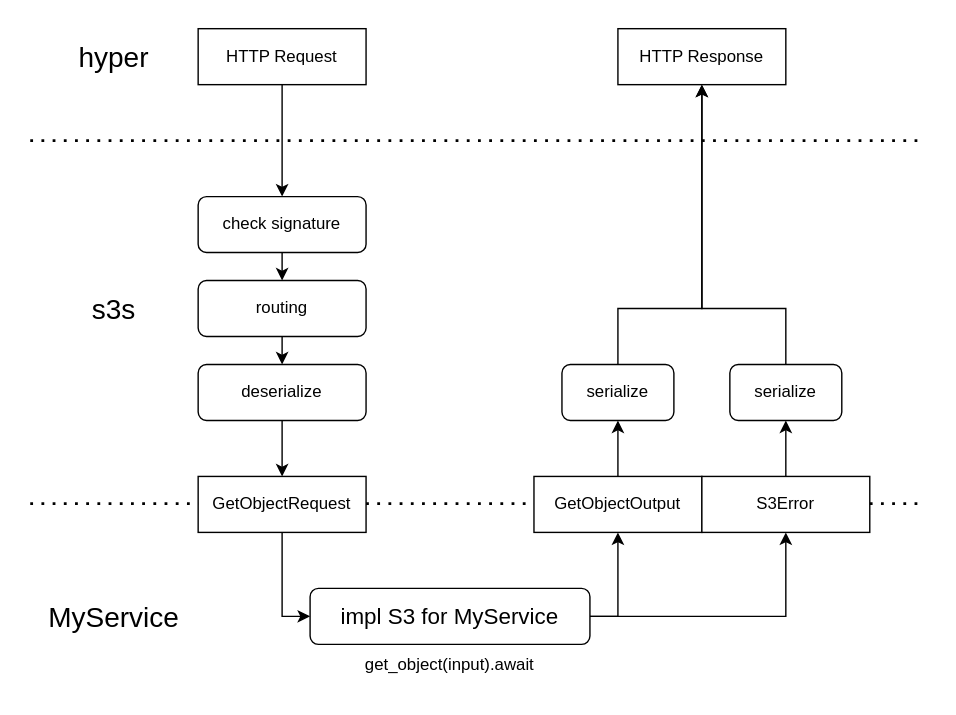
Earlier version of the draw.io export docs/arch/arch.svg (Nugine/s3s). Source tidied: cells renumbered, new cells last; positions are measured from the earlier drawing's top-left corner, leaving out a move shared by most shapes. Its diagram source:
```xml
<mxGraphModel background="#FFFFFF">
  <root>
    <mxCell id="0" />
    <mxCell id="1" parent="0" />
    <mxCell id="2" style="endArrow=none;dashed=1;html=1;dashPattern=1 3;strokeWidth=2;" parent="1" edge="1">
      <mxGeometry relative="1" as="geometry">
        <mxPoint y="339.5" as="sourcePoint" />
        <mxPoint x="640" y="339.5" as="targetPoint" />
      </mxGeometry>
    </mxCell>
    <mxCell id="3" style="edgeStyle=none;html=1;entryX=0.5;entryY=0;entryDx=0;entryDy=0;" parent="1" edge="1" source="4" target="28">
      <mxGeometry relative="1" as="geometry" />
    </mxCell>
    <mxCell id="4" value="HTTP Request" style="rounded=0;whiteSpace=wrap;html=1;" parent="1" vertex="1">
      <mxGeometry x="120" width="120" height="40" as="geometry" />
    </mxCell>
    <mxCell id="5" value="HTTP Response" style="rounded=0;whiteSpace=wrap;html=1;" parent="1" vertex="1">
      <mxGeometry x="420" width="120" height="40" as="geometry" />
    </mxCell>
    <mxCell id="6" value="hyper" style="text;html=1;strokeColor=none;fillColor=none;align=center;verticalAlign=middle;whiteSpace=wrap;rounded=0;fontSize=20;" parent="1" vertex="1">
      <mxGeometry width="120" height="40" as="geometry" />
    </mxCell>
    <mxCell id="7" style="edgeStyle=none;html=1;entryX=0.5;entryY=0;entryDx=0;entryDy=0;fontFamily=Times New Roman;fontSize=12;" parent="1" edge="1" source="8" target="13">
      <mxGeometry relative="1" as="geometry" />
    </mxCell>
    <mxCell id="8" value="deserialize" style="rounded=1;whiteSpace=wrap;html=1;" parent="1" vertex="1">
      <mxGeometry x="120" y="240" width="120" height="40" as="geometry" />
    </mxCell>
    <mxCell id="9" style="edgeStyle=orthogonalEdgeStyle;rounded=0;html=1;entryX=0.5;entryY=1;entryDx=0;entryDy=0;fontFamily=Helvetica;fontSize=12;" parent="1" edge="1" source="10" target="5">
      <mxGeometry relative="1" as="geometry">
        <Array as="points">
          <mxPoint x="420" y="200" />
          <mxPoint x="480" y="200" />
        </Array>
      </mxGeometry>
    </mxCell>
    <mxCell id="10" value="serialize" style="rounded=1;whiteSpace=wrap;html=1;" parent="1" vertex="1">
      <mxGeometry x="380" y="240" width="80" height="40" as="geometry" />
    </mxCell>
    <mxCell id="11" value="s3s" style="text;html=1;strokeColor=none;fillColor=none;align=center;verticalAlign=middle;whiteSpace=wrap;rounded=0;fontSize=20;" parent="1" vertex="1">
      <mxGeometry y="180" width="120" height="40" as="geometry" />
    </mxCell>
    <mxCell id="12" style="edgeStyle=orthogonalEdgeStyle;html=1;entryX=0;entryY=0.5;entryDx=0;entryDy=0;fontFamily=Helvetica;fontSize=12;rounded=0;" parent="1" edge="1" source="13" target="19">
      <mxGeometry relative="1" as="geometry" />
    </mxCell>
    <mxCell id="13" value="GetObjectRequest" style="rounded=0;whiteSpace=wrap;html=1;" parent="1" vertex="1">
      <mxGeometry x="120" y="320" width="120" height="40" as="geometry" />
    </mxCell>
    <mxCell id="14" style="edgeStyle=none;html=1;entryX=0.5;entryY=1;entryDx=0;entryDy=0;fontFamily=Times New Roman;fontSize=12;" parent="1" edge="1" source="15" target="10">
      <mxGeometry relative="1" as="geometry" />
    </mxCell>
    <mxCell id="15" value="GetObjectOutput" style="rounded=0;whiteSpace=wrap;html=1;" parent="1" vertex="1">
      <mxGeometry x="360" y="320" width="120" height="40" as="geometry" />
    </mxCell>
    <mxCell id="16" value="MyService" style="text;html=1;strokeColor=none;fillColor=none;align=center;verticalAlign=middle;whiteSpace=wrap;rounded=0;fontSize=20;" parent="1" vertex="1">
      <mxGeometry y="400" width="120" height="40" as="geometry" />
    </mxCell>
    <mxCell id="17" style="edgeStyle=orthogonalEdgeStyle;html=1;entryX=0.5;entryY=1;entryDx=0;entryDy=0;fontFamily=Helvetica;fontSize=12;rounded=0;" parent="1" edge="1" source="19" target="15">
      <mxGeometry relative="1" as="geometry">
        <Array as="points">
          <mxPoint x="420" y="420" />
        </Array>
      </mxGeometry>
    </mxCell>
    <mxCell id="18" style="edgeStyle=orthogonalEdgeStyle;rounded=0;html=1;entryX=0.5;entryY=1;entryDx=0;entryDy=0;fontFamily=Helvetica;fontSize=12;" parent="1" edge="1" source="19" target="22">
      <mxGeometry relative="1" as="geometry" />
    </mxCell>
    <mxCell id="19" value="impl S3 for MyService" style="rounded=1;whiteSpace=wrap;html=1;fontSize=16;" parent="1" vertex="1">
      <mxGeometry x="200" y="400" width="200" height="40" as="geometry" />
    </mxCell>
    <mxCell id="20" value="get_object(input).await" style="text;html=1;strokeColor=none;fillColor=none;align=center;verticalAlign=middle;whiteSpace=wrap;rounded=0;fontFamily=Helvetica;fontSize=12;" parent="1" vertex="1">
      <mxGeometry x="200" y="440" width="200" height="30" as="geometry" />
    </mxCell>
    <mxCell id="21" style="edgeStyle=orthogonalEdgeStyle;rounded=0;html=1;entryX=0.5;entryY=1;entryDx=0;entryDy=0;fontFamily=Helvetica;fontSize=12;" parent="1" edge="1" source="22" target="24">
      <mxGeometry relative="1" as="geometry" />
    </mxCell>
    <mxCell id="22" value="S3Error" style="rounded=0;whiteSpace=wrap;html=1;" parent="1" vertex="1">
      <mxGeometry x="480" y="320" width="120" height="40" as="geometry" />
    </mxCell>
    <mxCell id="23" style="edgeStyle=orthogonalEdgeStyle;rounded=0;html=1;fontFamily=Helvetica;fontSize=12;" parent="1" edge="1" source="24" target="5">
      <mxGeometry relative="1" as="geometry">
        <Array as="points">
          <mxPoint x="540" y="200" />
          <mxPoint x="480" y="200" />
        </Array>
      </mxGeometry>
    </mxCell>
    <mxCell id="24" value="serialize" style="rounded=1;whiteSpace=wrap;html=1;" parent="1" vertex="1">
      <mxGeometry x="500" y="240" width="80" height="40" as="geometry" />
    </mxCell>
    <mxCell id="25" style="edgeStyle=none;html=1;exitX=0.5;exitY=1;exitDx=0;exitDy=0;entryX=0.5;entryY=0;entryDx=0;entryDy=0;" parent="1" edge="1" source="26" target="8">
      <mxGeometry relative="1" as="geometry" />
    </mxCell>
    <mxCell id="26" value="routing" style="rounded=1;whiteSpace=wrap;html=1;" parent="1" vertex="1">
      <mxGeometry x="120" y="180" width="120" height="40" as="geometry" />
    </mxCell>
    <mxCell id="27" style="edgeStyle=none;html=1;exitX=0.5;exitY=1;exitDx=0;exitDy=0;entryX=0.5;entryY=0;entryDx=0;entryDy=0;" parent="1" edge="1" source="28" target="26">
      <mxGeometry relative="1" as="geometry" />
    </mxCell>
    <mxCell id="28" value="check signature" style="rounded=1;whiteSpace=wrap;html=1;" parent="1" vertex="1">
      <mxGeometry x="120" y="120" width="120" height="40" as="geometry" />
    </mxCell>
    <mxCell id="29" style="endArrow=none;dashed=1;html=1;dashPattern=1 3;strokeWidth=2;" parent="1" edge="1">
      <mxGeometry relative="1" as="geometry">
        <mxPoint y="80" as="sourcePoint" />
        <mxPoint x="640" y="80" as="targetPoint" />
      </mxGeometry>
    </mxCell>
  </root>
</mxGraphModel>
```
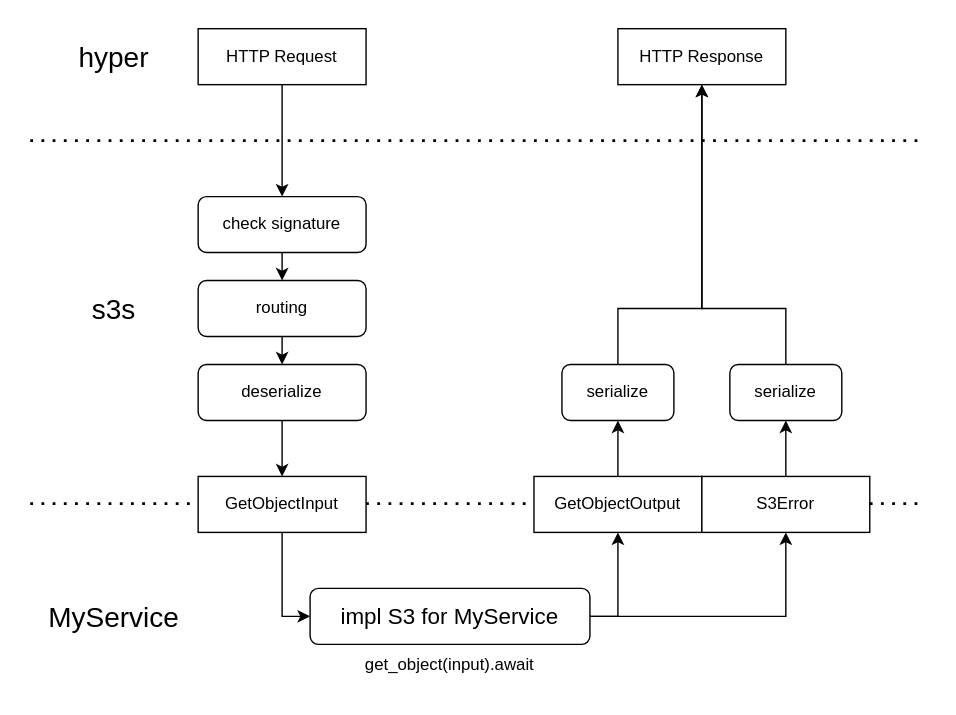
After the change.

Diff of the diagram source:
```diff
@@ -43,7 +43,7 @@
     <mxCell id="12" style="edgeStyle=orthogonalEdgeStyle;html=1;entryX=0;entryY=0.5;entryDx=0;entryDy=0;fontFamily=Helvetica;fontSize=12;rounded=0;" parent="1" edge="1" source="13" target="19">
       <mxGeometry relative="1" as="geometry" />
     </mxCell>
-    <mxCell id="13" value="GetObjectRequest" style="rounded=0;whiteSpace=wrap;html=1;" parent="1" vertex="1">
+    <mxCell id="13" value="GetObjectInput" style="rounded=0;whiteSpace=wrap;html=1;" parent="1" vertex="1">
       <mxGeometry x="120" y="320" width="120" height="40" as="geometry" />
     </mxCell>
     <mxCell id="14" style="edgeStyle=none;html=1;entryX=0.5;entryY=1;entryDx=0;entryDy=0;fontFamily=Times New Roman;fontSize=12;" parent="1" edge="1" source="15" target="10">
```
